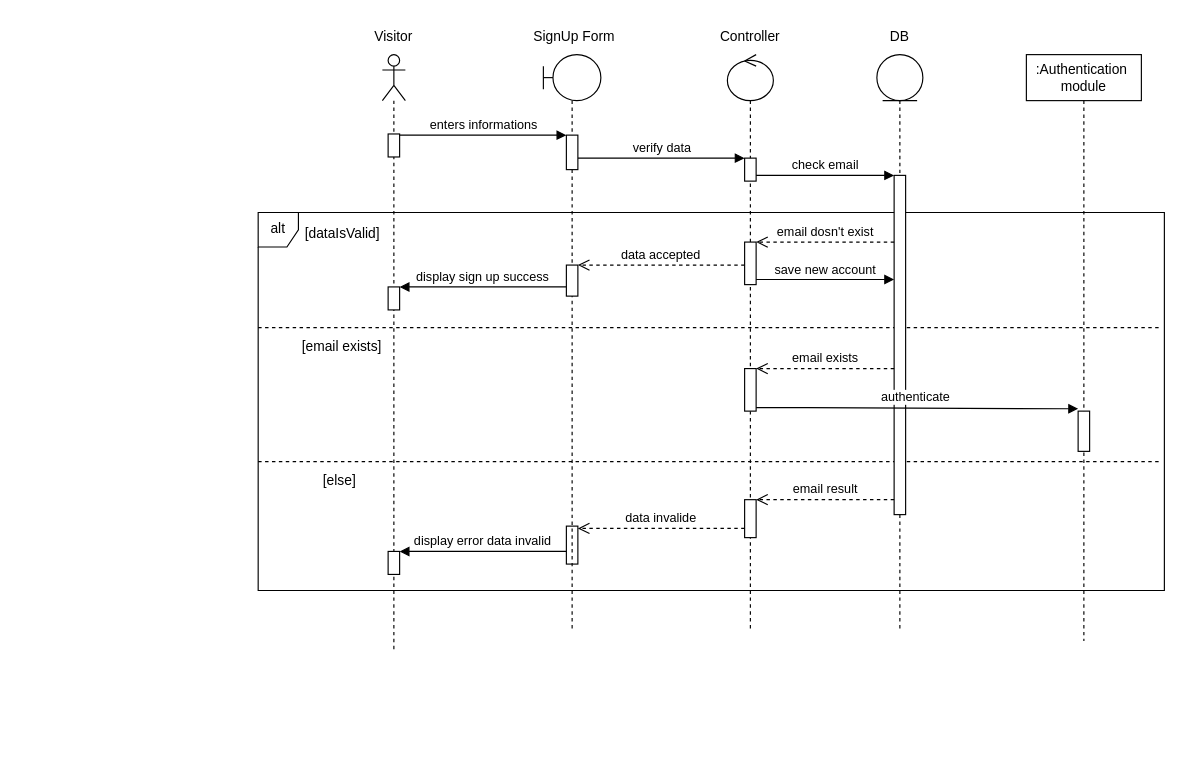
This is uml diagram/createAccount_sequence.drawio from rayenbenyoussef/Jci_Manager, a draw.io file, before an edit. Source tidied: cells renumbered, new cells numbered last; positions are measured from the earlier drawing's top-left corner, leaving out a move shared by most shapes. Both pictures are drawn from the tidied source at 115%, with x=0, y=0 at pixel (258, 20).
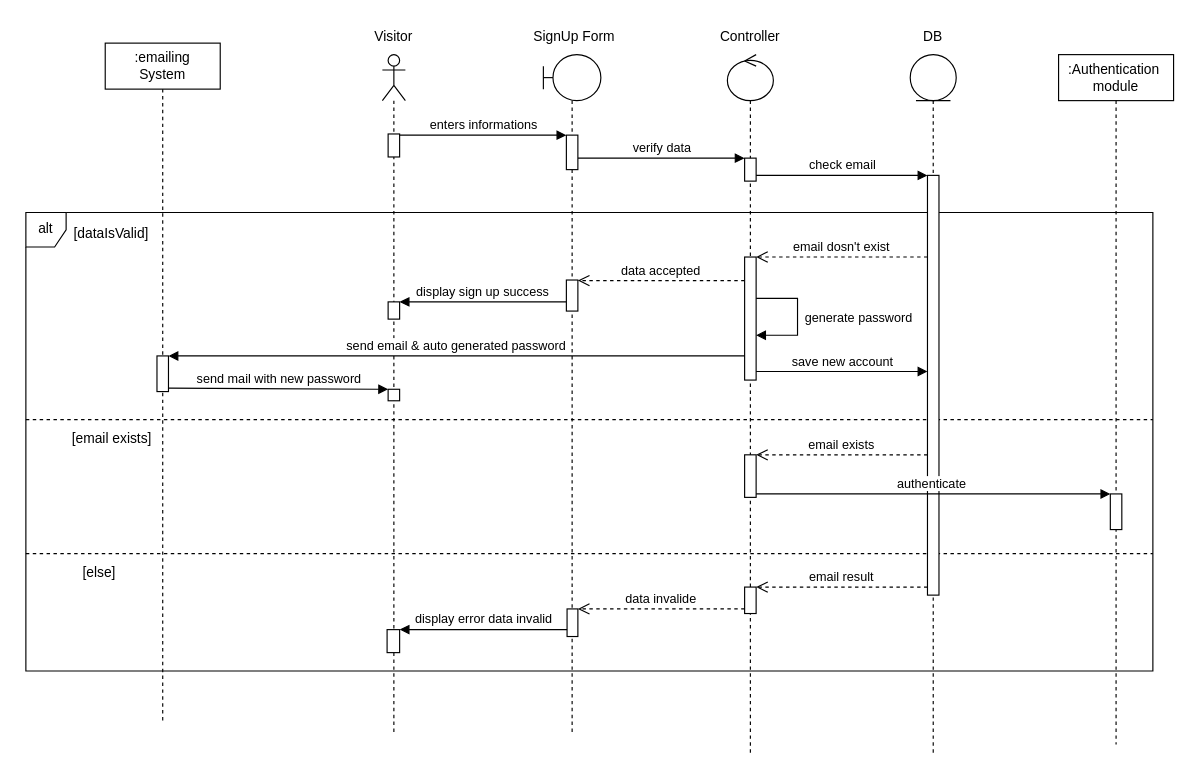
The same page after the edit.

Change to the diagram source:
```diff
@@
     <mxCell id="2" style="group;fillColor=none;" parent="1" vertex="1">
-      <mxGeometry y="166" width="788" height="330" as="geometry" />
+      <mxGeometry x="-202" y="166" width="980" height="400" as="geometry" />
     </mxCell>
     <mxCell id="3" value="alt" style="shape=umlFrame;whiteSpace=wrap;html=1;width=35;height=30;fillColor=light-dark(#FFFFFF,transparent);" parent="2" vertex="1">
-      <mxGeometry y="1.3" width="788" height="328.7" as="geometry" />
+      <mxGeometry y="1.3" width="980" height="398.7" as="geometry" />
     </mxCell>
     <mxCell id="4" value="[dataIsValid]" style="text;html=1;whiteSpace=wrap;strokeColor=none;fillColor=none;align=center;verticalAlign=middle;rounded=0;" parent="2" vertex="1">
-      <mxGeometry x="33.7" width="78.6" height="39.1" as="geometry" />
+      <mxGeometry x="35.4" width="79.4" height="39.1" as="geometry" />
     </mxCell>
     <mxCell id="5" style="group;" parent="2" vertex="1">
-      <mxGeometry y="98.5" width="784" height="39.1" as="geometry" />
+      <mxGeometry y="178.5" width="980" height="39.1" as="geometry" />
     </mxCell>
     <mxCell id="6" style="endArrow=none;dashed=1;html=1;rounded=0;exitX=0;exitY=0.615;exitDx=0;exitDy=0;exitPerimeter=0;entryX=1.001;entryY=0.615;entryDx=0;entryDy=0;entryPerimeter=0;" parent="5" edge="1">
       <mxGeometry relative="1" as="geometry">
         <mxPoint y="2.9" as="sourcePoint" />
-        <mxPoint x="784" y="2.9" as="targetPoint" />
+        <mxPoint x="980" y="2.9" as="targetPoint" />
       </mxGeometry>
     </mxCell>
     <mxCell id="7" value="[email exists]" style="text;html=1;whiteSpace=wrap;strokeColor=none;fillColor=none;align=center;verticalAlign=middle;rounded=0;" parent="5" vertex="1">
-      <mxGeometry x="18" width="110" height="39.1" as="geometry" />
+      <mxGeometry x="5.8" width="137.5" height="39.1" as="geometry" />
     </mxCell>
     <mxCell id="8" style="group;" parent="2" vertex="1">
-      <mxGeometry y="215" width="784" height="39.1" as="geometry" />
+      <mxGeometry y="295" width="980" height="39.1" as="geometry" />
     </mxCell>
     <mxCell id="9" style="endArrow=none;dashed=1;html=1;rounded=0;exitX=0;exitY=0.615;exitDx=0;exitDy=0;exitPerimeter=0;entryX=1.001;entryY=0.615;entryDx=0;entryDy=0;entryPerimeter=0;" parent="8" edge="1">
       <mxGeometry relative="1" as="geometry">
         <mxPoint y="2.9" as="sourcePoint" />
-        <mxPoint x="784" y="2.9" as="targetPoint" />
+        <mxPoint x="980" y="2.9" as="targetPoint" />
       </mxGeometry>
     </mxCell>
     <mxCell id="10" value="[else]" style="text;html=1;whiteSpace=wrap;strokeColor=none;fillColor=none;align=center;verticalAlign=middle;rounded=0;" parent="8" vertex="1">
-      <mxGeometry x="16.1" width="110" height="39.1" as="geometry" />
+      <mxGeometry x="-5.1" width="137.5" height="39.1" as="geometry" />
     </mxCell>
-    <mxCell id="11" style="html=1;points=[[0,0,0,0,5],[0,1,0,0,-5],[1,0,0,0,5],[1,1,0,0,-5]];perimeter=orthogonalPerimeter;outlineConnect=0;targetShapes=umlLifeline;portConstraint=eastwest;newEdgeStyle={&quot;curved&quot;:0,&quot;rounded&quot;:0};" parent="2" vertex="1">
-      <mxGeometry x="268" y="274" width="10" height="33" as="geometry" />
-    </mxCell>
     <mxCell id="12" style="shape=umlLifeline;perimeter=lifelinePerimeter;whiteSpace=wrap;html=1;newEdgeStyle={&quot;curved&quot;:0,&quot;rounded&quot;:0};participant=umlActor;fillColor=light-dark(#FFFFFF,transparent);strokeColor=light-dark(#000000,#FFFFFF);" parent="1" vertex="1">
-      <mxGeometry x="108" y="30" width="20" height="520" as="geometry" />
+      <mxGeometry x="108" y="30" width="20" height="590" as="geometry" />
     </mxCell>
@@
     <mxCell id="14" style="html=1;perimeter=orthogonalPerimeter;targetShapes=umlLifeline;newEdgeStyle={&quot;curved&quot;:0,&quot;rounded&quot;:0};" parent="12" vertex="1">
-      <mxGeometry x="5" y="202" width="10" height="20" as="geometry" />
+      <mxGeometry x="5" y="215" width="10" height="15" as="geometry" />
     </mxCell>
+    <mxCell id="47" style="html=1;points=[[0,0,0,0,5],[0,1,0,0,-5],[1,0,0,0,5],[1,1,0,0,-5]];perimeter=orthogonalPerimeter;outlineConnect=0;targetShapes=umlLifeline;portConstraint=eastwest;newEdgeStyle={&quot;curved&quot;:0,&quot;rounded&quot;:0};" parent="12" vertex="1">
+      <mxGeometry x="5" y="291" width="10" height="10" as="geometry" />
+    </mxCell>
     <mxCell id="15" style="html=1;perimeter=orthogonalPerimeter;targetShapes=umlLifeline;newEdgeStyle={&quot;curved&quot;:0,&quot;rounded&quot;:0};" parent="12" vertex="1">
-      <mxGeometry x="5" y="432" width="10" height="20" as="geometry" />
+      <mxGeometry x="4.1" y="500" width="10.9" height="20" as="geometry" />
     </mxCell>
@@
     <mxCell id="17" style="group;" parent="1" vertex="1">
-      <mxGeometry x="503" width="110" height="530" as="geometry" />
+      <mxGeometry x="532" width="110" height="640" as="geometry" />
     </mxCell>
     <mxCell id="18" style="shape=umlLifeline;perimeter=lifelinePerimeter;whiteSpace=wrap;html=1;newEdgeStyle={&quot;curved&quot;:0,&quot;rounded&quot;:0};participant=umlEntity;" parent="17" vertex="1">
-      <mxGeometry x="35" y="30" width="40" height="500" as="geometry" />
+      <mxGeometry x="35" y="30" width="40" height="610" as="geometry" />
     </mxCell>
@@
     <mxCell id="20" style="html=1;points=[[0,0,0,0,5],[0,1,0,0,-5],[1,0,0,0,5],[1,1,0,0,-5]];perimeter=orthogonalPerimeter;outlineConnect=0;targetShapes=umlLifeline;portConstraint=eastwest;newEdgeStyle={&quot;curved&quot;:0,&quot;rounded&quot;:0};" parent="17" vertex="1">
-      <mxGeometry x="50" y="135" width="10" height="295" as="geometry" />
+      <mxGeometry x="50" y="135" width="10" height="365" as="geometry" />
     </mxCell>
@@
-    <mxCell id="23" value="data accepted" style="html=1;verticalAlign=bottom;endArrow=open;dashed=1;endSize=8;curved=0;rounded=0;" parent="1" edge="1" source="26" target="39">
-      <mxGeometry relative="1" as="geometry" />
+    <mxCell id="23" value="data accepted" style="html=1;verticalAlign=bottom;endArrow=open;dashed=1;endSize=8;curved=0;rounded=0;" parent="1" edge="1">
+      <mxGeometry relative="1" as="geometry">
+        <mxPoint x="423" y="226.5" as="sourcePoint" />
+        <mxPoint x="278" y="226.5" as="targetPoint" />
+      </mxGeometry>
     </mxCell>
     <mxCell id="24" style="group;" parent="1" vertex="1">
-      <mxGeometry x="373" width="110" height="530" as="geometry" />
+      <mxGeometry x="373" width="110" height="640" as="geometry" />
     </mxCell>
     <mxCell id="25" style="shape=umlLifeline;perimeter=lifelinePerimeter;whiteSpace=wrap;html=1;newEdgeStyle={&quot;curved&quot;:0,&quot;rounded&quot;:0};participant=umlControl;" parent="24" vertex="1">
-      <mxGeometry x="35" y="30" width="40" height="500" as="geometry" />
+      <mxGeometry x="35" y="30" width="40" height="610" as="geometry" />
     </mxCell>
     <mxCell id="26" style="html=1;points=[[0,0,0,0,5],[0,1,0,0,-5],[1,0,0,0,5],[1,1,0,0,-5]];perimeter=orthogonalPerimeter;outlineConnect=0;targetShapes=umlLifeline;portConstraint=eastwest;newEdgeStyle={&quot;curved&quot;:0,&quot;rounded&quot;:0};" parent="25" vertex="1">
-      <mxGeometry x="15" y="163" width="10" height="37" as="geometry" />
+      <mxGeometry x="15" y="176" width="10" height="107" as="geometry" />
     </mxCell>
     <mxCell id="27" style="html=1;points=[[0,0,0,0,5],[0,1,0,0,-5],[1,0,0,0,5],[1,1,0,0,-5]];perimeter=orthogonalPerimeter;outlineConnect=0;targetShapes=umlLifeline;portConstraint=eastwest;newEdgeStyle={&quot;curved&quot;:0,&quot;rounded&quot;:0};" parent="25" vertex="1">
-      <mxGeometry x="15" y="273" width="10" height="37" as="geometry" />
+      <mxGeometry x="15" y="348" width="10" height="37" as="geometry" />
     </mxCell>
     <mxCell id="28" style="html=1;points=[[0,0,0,0,5],[0,1,0,0,-5],[1,0,0,0,5],[1,1,0,0,-5]];perimeter=orthogonalPerimeter;outlineConnect=0;targetShapes=umlLifeline;portConstraint=eastwest;newEdgeStyle={&quot;curved&quot;:0,&quot;rounded&quot;:0};" parent="25" vertex="1">
-      <mxGeometry x="15" y="387" width="10" height="33" as="geometry" />
+      <mxGeometry x="15" y="463" width="10" height="23" as="geometry" />
     </mxCell>
@@
+    <mxCell id="48" style="html=1;verticalAlign=bottom;endArrow=block;curved=0;rounded=0;" parent="24" edge="1">
+      <mxGeometry relative="1" as="geometry">
+        <mxPoint x="60" y="242" as="sourcePoint" />
+        <mxPoint x="60" y="274" as="targetPoint" />
+        <Array as="points">
+          <mxPoint x="76" y="242" />
+          <mxPoint x="96" y="242" />
+          <mxPoint x="96" y="274" />
+        </Array>
+      </mxGeometry>
+    </mxCell>
+    <mxCell id="49" value="generate password" style="edgeLabel;html=1;align=center;verticalAlign=middle;" parent="48" vertex="1">
+      <mxGeometry y="1" relative="1" as="geometry">
+        <mxPoint x="51" as="offset" />
+      </mxGeometry>
+    </mxCell>
     <mxCell id="31" value="save new account" style="html=1;verticalAlign=bottom;endArrow=block;curved=0;rounded=0;" parent="1" edge="1">
       <mxGeometry relative="1" as="geometry">
-        <mxPoint x="433" y="225.5" as="sourcePoint" />
-        <mxPoint x="553" y="225.5" as="targetPoint" />
+        <mxPoint x="433" y="305.5" as="sourcePoint" />
+        <mxPoint x="582" y="305.5" as="targetPoint" />
       </mxGeometry>
     </mxCell>
@@
     <mxCell id="33" value="email dosn't exist" style="html=1;verticalAlign=bottom;endArrow=open;dashed=1;endSize=8;curved=0;rounded=0;" parent="1" edge="1">
       <mxGeometry relative="1" as="geometry">
-        <mxPoint x="553" y="193" as="sourcePoint" />
-        <mxPoint x="433" y="193" as="targetPoint" />
+        <mxPoint x="582" y="206" as="sourcePoint" />
+        <mxPoint x="433" y="206" as="targetPoint" />
       </mxGeometry>
     </mxCell>
     <mxCell id="34" value="display sign up success" style="html=1;verticalAlign=bottom;endArrow=block;curved=0;rounded=0;" parent="1" edge="1">
       <mxGeometry relative="1" as="geometry">
-        <mxPoint x="268" y="232" as="sourcePoint" />
-        <mxPoint x="123" y="232" as="targetPoint" />
+        <mxPoint x="268" y="245" as="sourcePoint" />
+        <mxPoint x="123" y="245" as="targetPoint" />
       </mxGeometry>
     </mxCell>
     <mxCell id="35" style="group;" parent="1" vertex="1">
-      <mxGeometry x="218" width="110" height="530" as="geometry" />
+      <mxGeometry x="218" width="110" height="620" as="geometry" />
     </mxCell>
     <mxCell id="36" style="shape=umlLifeline;perimeter=lifelinePerimeter;whiteSpace=wrap;html=1;newEdgeStyle={&quot;curved&quot;:0,&quot;rounded&quot;:0};participant=umlBoundary;" parent="35" vertex="1">
-      <mxGeometry x="30" y="30" width="50" height="500" as="geometry" />
+      <mxGeometry x="30" y="30" width="50" height="590" as="geometry" />
     </mxCell>
+    <mxCell id="11" style="html=1;points=[[0,0,0,0,5],[0,1,0,0,-5],[1,0,0,0,5],[1,1,0,0,-5]];perimeter=orthogonalPerimeter;outlineConnect=0;targetShapes=umlLifeline;portConstraint=eastwest;newEdgeStyle={&quot;curved&quot;:0,&quot;rounded&quot;:0};" parent="36" vertex="1">
+      <mxGeometry x="20.6" y="482" width="9.4" height="24" as="geometry" />
+    </mxCell>
@@
     <mxCell id="39" style="html=1;points=[[0,0,0,0,5],[0,1,0,0,-5],[1,0,0,0,5],[1,1,0,0,-5]];perimeter=orthogonalPerimeter;outlineConnect=0;targetShapes=umlLifeline;portConstraint=eastwest;newEdgeStyle={&quot;curved&quot;:0,&quot;rounded&quot;:0};" parent="35" vertex="1">
-      <mxGeometry x="50" y="213" width="10" height="27" as="geometry" />
+      <mxGeometry x="50" y="226" width="10" height="27" as="geometry" />
     </mxCell>
-    <mxCell id="40" value="email exists" style="html=1;verticalAlign=bottom;endArrow=open;dashed=1;endSize=8;curved=0;rounded=0;" parent="1" edge="1" source="20" target="27">
-      <mxGeometry relative="1" as="geometry" />
+    <mxCell id="40" value="email exists" style="html=1;verticalAlign=bottom;endArrow=open;dashed=1;endSize=8;curved=0;rounded=0;" parent="1" edge="1" target="27">
+      <mxGeometry relative="1" as="geometry">
+        <mxPoint x="582" y="378" as="sourcePoint" />
+      </mxGeometry>
     </mxCell>
     <mxCell id="41" value="&lt;div&gt;:Authentication&amp;nbsp;&lt;/div&gt;&lt;div&gt;module&lt;/div&gt;" style="shape=umlLifeline;perimeter=lifelinePerimeter;whiteSpace=wrap;html=1;newEdgeStyle={&quot;curved&quot;:0,&quot;rounded&quot;:0};" parent="1" vertex="1">
-      <mxGeometry x="668" y="30" width="100" height="510" as="geometry" />
+      <mxGeometry x="696" y="30" width="100" height="600" as="geometry" />
     </mxCell>
     <mxCell id="42" style="html=1;perimeter=orthogonalPerimeter;targetShapes=umlLifeline;newEdgeStyle={&quot;curved&quot;:0,&quot;rounded&quot;:0};" parent="41" vertex="1">
-      <mxGeometry x="45" y="310" width="10" height="35" as="geometry" />
+      <mxGeometry x="45" y="382" width="10" height="31" as="geometry" />
     </mxCell>
     <mxCell id="43" value="authenticate&amp;nbsp;" style="html=1;verticalAlign=bottom;endArrow=block;curved=0;rounded=0;" parent="1" edge="1" source="27">
       <mxGeometry relative="1" as="geometry">
-        <mxPoint x="713" y="338" as="targetPoint" />
+        <mxPoint x="741" y="412" as="targetPoint" />
         <Array as="points">
-          <mxPoint x="478" y="337" />
+          <mxPoint x="478" y="412" />
         </Array>
       </mxGeometry>
     </mxCell>
-    <mxCell id="44" value="email result" style="html=1;verticalAlign=bottom;endArrow=open;dashed=1;endSize=8;curved=0;rounded=0;" parent="1" edge="1" source="20" target="28">
-      <mxGeometry relative="1" as="geometry" />
+    <mxCell id="44" value="email result" style="html=1;verticalAlign=bottom;endArrow=open;dashed=1;endSize=8;curved=0;rounded=0;" parent="1" edge="1" target="28">
+      <mxGeometry relative="1" as="geometry">
+        <mxPoint x="582" y="493" as="sourcePoint" />
+      </mxGeometry>
     </mxCell>
     <mxCell id="45" value="data invalide" style="html=1;verticalAlign=bottom;endArrow=open;dashed=1;endSize=8;curved=0;rounded=0;" parent="1" edge="1" target="11">
       <mxGeometry relative="1" as="geometry">
-        <mxPoint x="423" y="442" as="sourcePoint" />
+        <mxPoint x="423" y="512" as="sourcePoint" />
       </mxGeometry>
     </mxCell>
-    <mxCell id="46" value="display error data invalid" style="html=1;verticalAlign=bottom;endArrow=block;curved=0;rounded=0;" parent="1" edge="1" source="11">
+    <mxCell id="46" value="display error data invalid" style="html=1;verticalAlign=bottom;endArrow=block;curved=0;rounded=0;" parent="1" edge="1">
       <mxGeometry relative="1" as="geometry">
-        <mxPoint x="123" y="462" as="targetPoint" />
+        <mxPoint x="268.6" y="530" as="sourcePoint" />
+        <mxPoint x="123" y="530" as="targetPoint" />
       </mxGeometry>
     </mxCell>
+    <mxCell id="50" value="&lt;div&gt;:emailing&lt;/div&gt;&lt;div&gt;System&lt;/div&gt;" style="shape=umlLifeline;perimeter=lifelinePerimeter;whiteSpace=wrap;html=1;newEdgeStyle={&quot;curved&quot;:0,&quot;rounded&quot;:0};" parent="1" vertex="1">
+      <mxGeometry x="-133" y="20" width="100" height="590" as="geometry" />
+    </mxCell>
+    <mxCell id="51" style="html=1;perimeter=orthogonalPerimeter;targetShapes=umlLifeline;newEdgeStyle={&quot;curved&quot;:0,&quot;rounded&quot;:0};" parent="50" vertex="1">
+      <mxGeometry x="45" y="272" width="10" height="31" as="geometry" />
+    </mxCell>
+    <mxCell id="52" value="send email &amp;amp; auto generated password" style="html=1;verticalAlign=bottom;endArrow=block;curved=0;rounded=0;" parent="1" edge="1">
+      <mxGeometry relative="1" as="geometry">
+        <mxPoint x="423" y="292" as="sourcePoint" />
+        <mxPoint x="-78" y="292" as="targetPoint" />
+      </mxGeometry>
+    </mxCell>
+    <mxCell id="53" value="send mail with new password" style="html=1;verticalAlign=bottom;endArrow=block;curved=0;rounded=0;strokeColor=light-dark(#000000,#FFFFFF);" parent="1" edge="1" target="47">
+      <mxGeometry relative="1" as="geometry">
+        <mxPoint x="-78" y="320" as="sourcePoint" />
+      </mxGeometry>
+    </mxCell>
```
